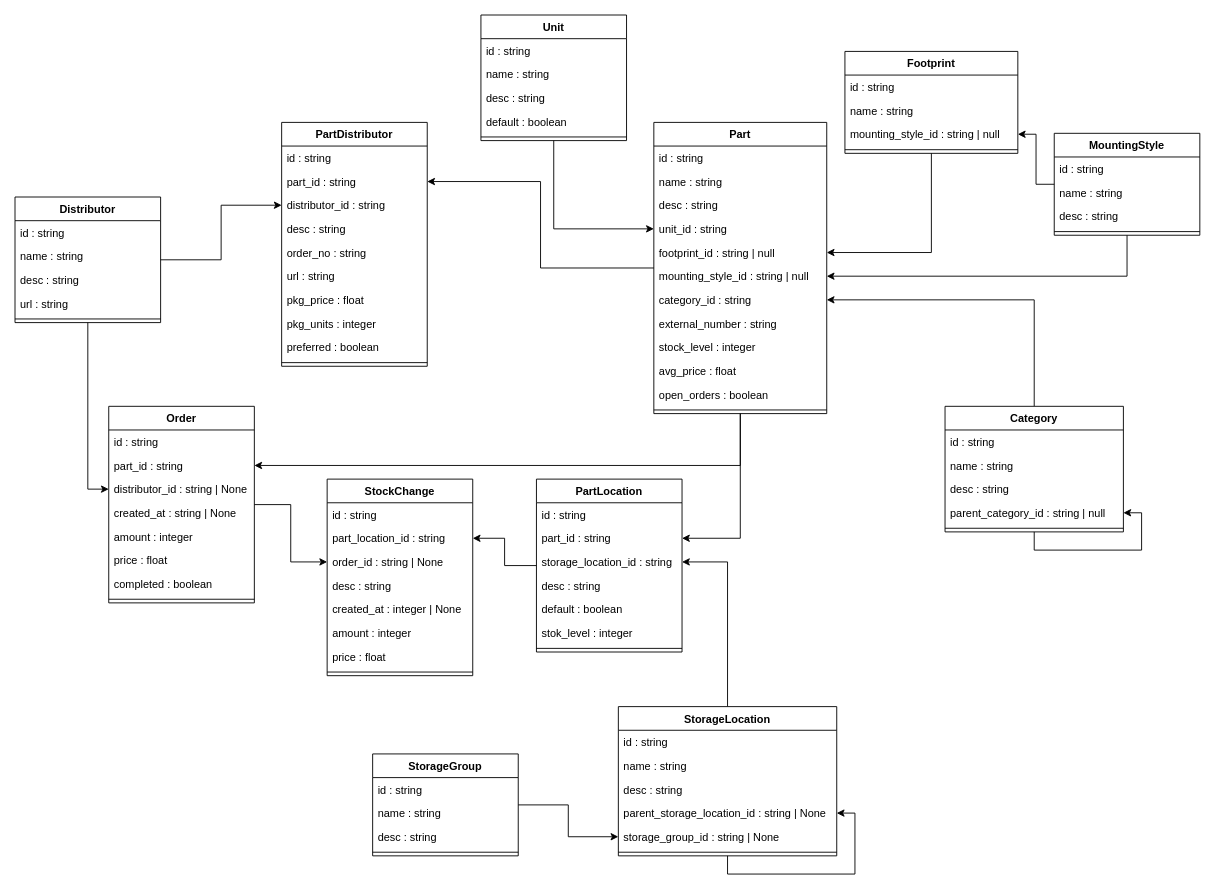
Earlier version of the draw.io diagram docs/elements-api.drawio (nils-ost/Inventory4Parts). Source tidied: cells renumbered, new cells numbered last; positions are measured from the earlier drawing's top-left corner, leaving out a move shared by most shapes. Both pictures are drawn from the tidied source at 91%, with x=0, y=0 at pixel (15, 15).
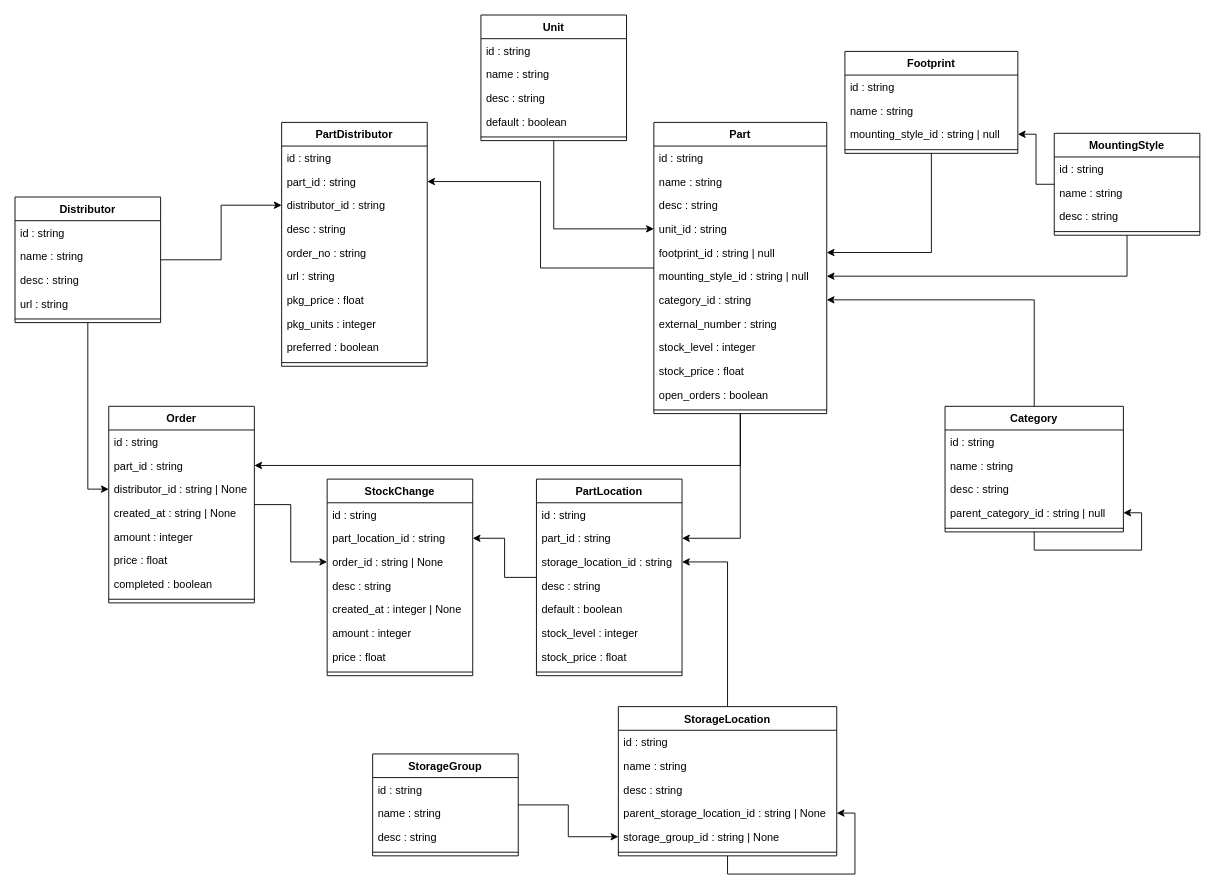
The same diagram, later.

The change refers to these unchanged cells:
```xml
<mxCell id="33" value="Part" style="swimlane;fontStyle=1;align=center;verticalAlign=top;horizontal=1;startSize=26;" parent="1" vertex="1">
  <mxGeometry x="702" y="118" width="190" height="320" as="geometry" />
</mxCell>
```

What changed in the source:
```diff
@@
-    <mxCell id="43" value="avg_price : float" style="text;strokeColor=none;fillColor=none;align=left;verticalAlign=top;spacingLeft=4;spacingRight=4;overflow=hidden;" parent="33" vertex="1">
+    <mxCell id="43" value="stock_price : float" style="text;strokeColor=none;fillColor=none;align=left;verticalAlign=top;spacingLeft=4;spacingRight=4;overflow=hidden;" parent="33" vertex="1">
       <mxGeometry y="260" width="190" height="26" as="geometry" />
     </mxCell>
@@
     <mxCell id="91" value="PartLocation" style="swimlane;fontStyle=1;align=center;verticalAlign=top;horizontal=1;startSize=26;" parent="1" vertex="1">
-      <mxGeometry x="573" y="510" width="160" height="190" as="geometry" />
+      <mxGeometry x="573" y="510" width="160" height="216" as="geometry" />
     </mxCell>
@@
-    <mxCell id="97" value="stok_level : integer" style="text;strokeColor=none;fillColor=none;align=left;verticalAlign=top;spacingLeft=4;spacingRight=4;overflow=hidden;" parent="91" vertex="1">
+    <mxCell id="97" value="stock_level : integer" style="text;strokeColor=none;fillColor=none;align=left;verticalAlign=top;spacingLeft=4;spacingRight=4;overflow=hidden;" parent="91" vertex="1">
       <mxGeometry y="156" width="160" height="26" as="geometry" />
     </mxCell>
+    <mxCell id="108" value="stock_price : float" style="text;strokeColor=none;fillColor=none;align=left;verticalAlign=top;spacingLeft=4;spacingRight=4;overflow=hidden;" parent="91" vertex="1">
+      <mxGeometry y="182" width="160" height="26" as="geometry" />
+    </mxCell>
     <mxCell id="98" style="line;strokeWidth=1;fillColor=none;align=left;verticalAlign=middle;spacingTop=-1;spacingLeft=3;spacingRight=3;labelPosition=right;" parent="91" vertex="1">
-      <mxGeometry y="182" width="160" height="8" as="geometry" />
+      <mxGeometry y="208" width="160" height="8" as="geometry" />
     </mxCell>
```
